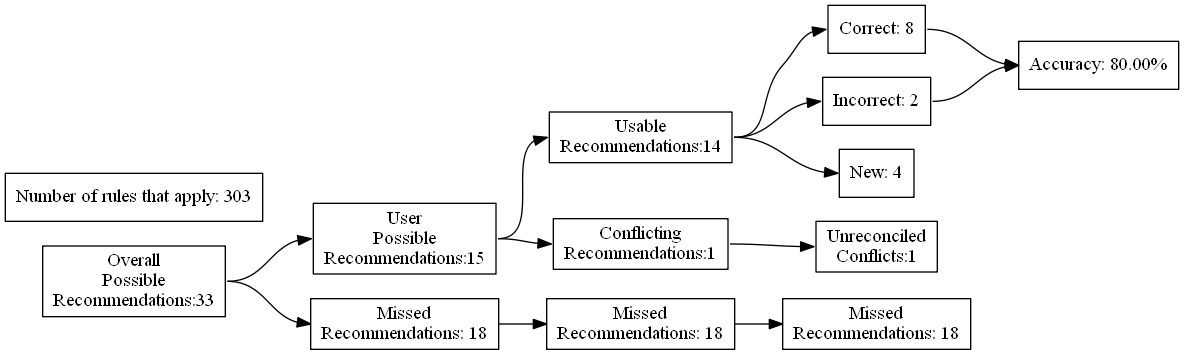
Before: test_renders/9.gv.png, a diagram exported from Graphviz (ZaxR/ibd_diet_analysis). Its source is kept beside it as test_renders/9.gv.
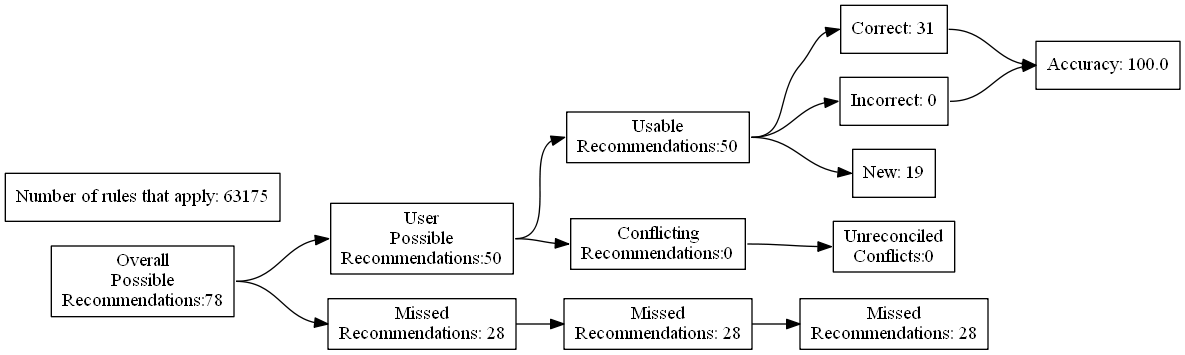
After the change.

The edit, as a diff of the source:
```diff
@@ -4,27 +4,27 @@
 	edge [headport=w tailport=e]
 		A [label="Overall
 Possible
-Recommendations:33"]
+Recommendations:78"]
 		B [label="User
 Possible
-Recommendations:15"]
+Recommendations:50"]
 		C [label="Missed
-Recommendations: 18"]
+Recommendations: 28"]
 		D [label="Usable
-Recommendations:14"]
+Recommendations:50"]
 		E [label="Conflicting
-Recommendations:1"]
+Recommendations:0"]
 		J [label="Missed
-Recommendations: 18"]
+Recommendations: 28"]
 		M [label="Unreconciled
-Conflicts:1"]
-		F [label="Correct: 8"]
-		G [label="Incorrect: 2"]
-		H [label="New: 4"]
+Conflicts:0"]
+		F [label="Correct: 31"]
+		G [label="Incorrect: 0"]
+		H [label="New: 19"]
 		K [label="Missed
-Recommendations: 18"]
-		I [label="Accuracy: 80.00%"]
-		l [label="Number of rules that apply: 303"]
+Recommendations: 28"]
+		I [label="Accuracy: 100.0"]
+		l [label="Number of rules that apply: 63175"]
 			A -> B
 			A -> C
 			B -> D
```
